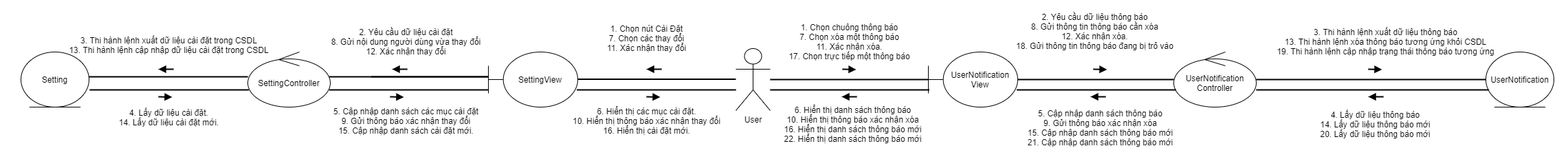
The draw.io diagram ToDoApp-Doc/Document/Diagram/Collaboration Diagram/UserNotificationManagement/CollaborationDiagram_UserNotificationManagement.png in Merevoli-DatLuu/To-Do-App, before a commit. Source tidied: cells renumbered, new cells last; positions are measured from the earlier drawing's top-left corner, leaving out a move shared by most shapes.
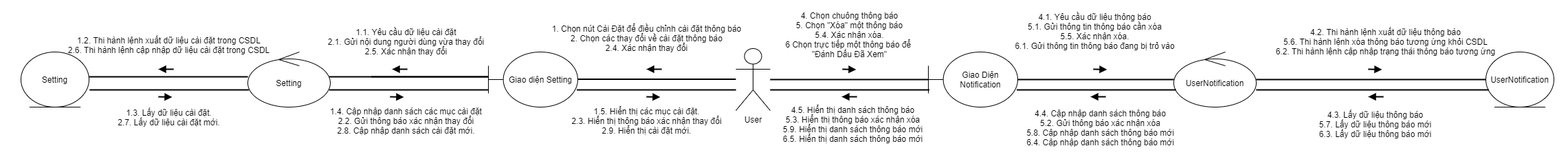
The same diagram one commit later.

Commit message:
[TODO-88]-[Modified]: UserNotificationManagement Collaboration Diagram

Change to the diagram source:
```diff
@@ -17,7 +17,7 @@
     <mxCell id="5" style="edgeStyle=orthogonalEdgeStyle;rounded=0;jettySize=auto;html=1;startArrow=none;startFill=0;endArrow=none;endFill=0;strokeWidth=2;" parent="1" edge="1" source="6" target="9">
       <mxGeometry relative="1" as="geometry" />
     </mxCell>
-    <mxCell id="6" value="UserNotification&lt;br&gt;View" style="shape=umlBoundary;whiteSpace=wrap;html=1;" parent="1" vertex="1">
+    <mxCell id="6" value="Giao Diện Notification" style="shape=umlBoundary;whiteSpace=wrap;html=1;" parent="1" vertex="1">
       <mxGeometry x="1350" y="75" width="130" height="80" as="geometry" />
     </mxCell>
     <mxCell id="7" value="UserNotification" style="ellipse;shape=umlEntity;whiteSpace=wrap;html=1;" parent="1" vertex="1">
@@ -26,7 +26,7 @@
     <mxCell id="8" style="edgeStyle=orthogonalEdgeStyle;rounded=0;jettySize=auto;html=1;startArrow=none;startFill=0;endArrow=none;endFill=0;strokeWidth=2;" parent="1" edge="1" source="9" target="7">
       <mxGeometry relative="1" as="geometry" />
     </mxCell>
-    <mxCell id="9" value="UserNotification&lt;br&gt;Controller" style="ellipse;shape=umlControl;whiteSpace=wrap;html=1;" parent="1" vertex="1">
+    <mxCell id="9" value="UserNotification" style="ellipse;shape=umlControl;whiteSpace=wrap;html=1;" parent="1" vertex="1">
       <mxGeometry x="1707" y="75" width="120" height="80" as="geometry" />
     </mxCell>
     <mxCell id="10" style="line;strokeWidth=2;fillColor=none;align=left;verticalAlign=middle;spacingTop=-1;spacingLeft=3;spacingRight=3;labelPosition=right;" parent="1" vertex="1">
@@ -38,11 +38,11 @@
         <mxPoint x="1590" y="100" as="targetPoint" />
       </mxGeometry>
     </mxCell>
-    <mxCell id="12" value="1. Chọn chuông thông báo&lt;br&gt;7. Chọn xóa một thông báo&lt;br&gt;11. Xác nhận xóa.&lt;br&gt;17. Chọn trực tiếp một thông báo" style="text;html=1;align=center;verticalAlign=middle;" parent="1" vertex="1">
-      <mxGeometry x="1140" y="30" width="190" height="60" as="geometry" />
+    <mxCell id="12" value="4. Chọn chuông thông báo&lt;br&gt;5. Chọn &quot;Xóa&quot; một thông báo&lt;br&gt;5.4. Xác nhận xóa.&lt;br&gt;6 Chọn trực tiếp một thông báo để &lt;br&gt;&quot;Đánh Dấu Đã Xem&quot;" style="text;html=1;align=center;verticalAlign=middle;" parent="1" vertex="1">
+      <mxGeometry x="1135" y="15" width="200" height="70" as="geometry" />
     </mxCell>
-    <mxCell id="13" value="2. Yêu cầu dữ liệu thông báo&lt;br&gt;8. Gửi thông tin thông báo cần xóa&lt;br&gt;12. Xác nhận xóa.&lt;br&gt;18. Gửi thông tin thông báo đang bị trỏ vào" style="text;html=1;align=center;verticalAlign=middle;" parent="1" vertex="1">
-      <mxGeometry x="1472" y="15" width="240" height="60" as="geometry" />
+    <mxCell id="13" value="4.1. Yêu cầu dữ liệu thông báo&lt;br&gt;5.1. Gửi thông tin thông báo cần xóa&lt;br&gt;5.5. Xác nhận xóa.&lt;br&gt;6.1. Gửi thông tin thông báo đang bị trỏ vào" style="text;html=1;align=center;verticalAlign=middle;" parent="1" vertex="1">
+      <mxGeometry x="1467" y="15" width="250" height="60" as="geometry" />
     </mxCell>
     <mxCell id="14" style="endArrow=none;html=1;startArrow=block;startFill=1;endFill=0;strokeWidth=2;rounded=0;" parent="1" edge="1">
       <mxGeometry relative="1" as="geometry">
@@ -50,7 +50,7 @@
         <mxPoint x="1990" y="100" as="targetPoint" />
       </mxGeometry>
     </mxCell>
-    <mxCell id="15" value="3. Thi hành lệnh xuất dữ liệu thông báo&lt;br&gt;13. Thi hành lệnh xóa thông báo tương ứng khỏi CSDL&lt;br&gt;19. Thi hành lệnh cập nhập trạng thái thông báo tương ứng" style="text;html=1;align=center;verticalAlign=middle;" parent="1" vertex="1">
+    <mxCell id="15" value="4.2. Thi hành lệnh xuất dữ liệu thông báo&lt;br&gt;5.6. Thi hành lệnh xóa thông báo tương ứng khỏi CSDL&lt;br&gt;6.2. Thi hành lệnh cập nhập trạng thái thông báo tương ứng" style="text;html=1;align=center;verticalAlign=middle;" parent="1" vertex="1">
       <mxGeometry x="1850" y="35" width="330" height="50" as="geometry" />
     </mxCell>
     <mxCell id="16" style="endArrow=none;html=1;startArrow=block;startFill=1;endFill=0;strokeWidth=2;rounded=0;" parent="1" edge="1">
@@ -59,7 +59,7 @@
         <mxPoint x="1608" y="140" as="targetPoint" />
       </mxGeometry>
     </mxCell>
-    <mxCell id="17" value="5. Cập nhập danh sách thông báo&lt;br&gt;9. Gửi thông báo xác nhận xóa&lt;br&gt;15. Cập nhập danh sách thông báo mới&lt;br&gt;21. Cập nhập danh sách thông báo mới" style="text;html=1;align=center;verticalAlign=middle;" parent="1" vertex="1">
+    <mxCell id="17" value="4.4. Cập nhập danh sách thông báo&lt;br&gt;5.2. Gửi thông báo xác nhận xóa&lt;br&gt;5.8. Cập nhập danh sách thông báo mới&lt;br&gt;6.4. Cập nhập danh sách thông báo mới" style="text;html=1;align=center;verticalAlign=middle;" parent="1" vertex="1">
       <mxGeometry x="1485" y="155" width="230" height="60" as="geometry" />
     </mxCell>
     <mxCell id="18" style="edgeStyle=orthogonalEdgeStyle;rounded=0;orthogonalLoop=1;jettySize=auto;html=1;startArrow=none;startFill=0;endArrow=none;endFill=0;strokeWidth=2;" parent="1" edge="1">
@@ -84,7 +84,7 @@
         <mxPoint x="2012" y="140" as="targetPoint" />
       </mxGeometry>
     </mxCell>
-    <mxCell id="21" value="4. Lấy dữ liệu thông báo&lt;br&gt;14. Lấy dữ liệu thông báo mới&lt;br&gt;20. Lấy dữ liệu thông báo mới" style="text;html=1;align=center;verticalAlign=middle;" parent="1" vertex="1">
+    <mxCell id="21" value="4.3. Lấy dữ liệu thông báo&lt;br&gt;5.7. Lấy dữ liệu thông báo mới&lt;br&gt;6.3. Lấy dữ liệu thông báo mới" style="text;html=1;align=center;verticalAlign=middle;" parent="1" vertex="1">
       <mxGeometry x="1910" y="155" width="180" height="50" as="geometry" />
     </mxCell>
     <mxCell id="22" style="edgeStyle=orthogonalEdgeStyle;rounded=0;orthogonalLoop=1;jettySize=auto;html=1;startArrow=none;startFill=0;endArrow=none;endFill=0;strokeWidth=2;" parent="1" edge="1">
@@ -103,7 +103,7 @@
         <mxPoint x="1246" y="140" as="targetPoint" />
       </mxGeometry>
     </mxCell>
-    <mxCell id="24" value="6. Hiển thị danh sách thông báo&lt;br&gt;10. Hiển thị thông báo xác nhận xóa&lt;br&gt;16. Hiển thị danh sách thông báo mới&lt;br&gt;22. Hiển thị danh sách thông báo mới" style="text;html=1;align=center;verticalAlign=middle;" parent="1" vertex="1">
+    <mxCell id="24" value="4.5. Hiển thị danh sách thông báo&lt;br&gt;5.3. Hiển thị thông báo xác nhận xóa&lt;br&gt;5.9. Hiển thị danh sách thông báo mới&lt;br&gt;6.5. Hiển thị danh sách thông báo mới" style="text;html=1;align=center;verticalAlign=middle;" parent="1" vertex="1">
       <mxGeometry x="1130" y="150" width="220" height="60" as="geometry" />
     </mxCell>
     <mxCell id="25" style="edgeStyle=orthogonalEdgeStyle;rounded=0;orthogonalLoop=1;jettySize=auto;html=1;startArrow=none;startFill=0;endArrow=none;endFill=0;strokeWidth=2;" parent="1" edge="1">
@@ -126,7 +126,7 @@
         </Array>
       </mxGeometry>
     </mxCell>
-    <mxCell id="27" value="SettingView" style="shape=umlBoundary;whiteSpace=wrap;html=1;rotation=0;" parent="1" vertex="1">
+    <mxCell id="27" value="Giao diện Setting" style="shape=umlBoundary;whiteSpace=wrap;html=1;rotation=0;" parent="1" vertex="1">
       <mxGeometry x="710" y="75" width="130" height="80" as="geometry" />
     </mxCell>
     <mxCell id="28" style="edgeStyle=orthogonalEdgeStyle;rounded=0;orthogonalLoop=1;jettySize=auto;html=1;startArrow=none;startFill=0;endArrow=none;endFill=0;strokeWidth=2;" parent="1" edge="1">
@@ -149,7 +149,7 @@
         </Array>
       </mxGeometry>
     </mxCell>
-    <mxCell id="30" value="SettingController" style="ellipse;shape=umlControl;whiteSpace=wrap;html=1;" parent="1" vertex="1">
+    <mxCell id="30" value="Setting" style="ellipse;shape=umlControl;whiteSpace=wrap;html=1;" parent="1" vertex="1">
       <mxGeometry x="360" y="75" width="120" height="80" as="geometry" />
     </mxCell>
     <mxCell id="31" value="Setting" style="ellipse;shape=umlEntity;whiteSpace=wrap;html=1;" parent="1" vertex="1">
@@ -221,22 +221,22 @@
         <mxPoint x="252" y="100" as="targetPoint" />
       </mxGeometry>
     </mxCell>
-    <mxCell id="41" value="1. Chọn nút Cài Đặt&lt;br&gt;7. Chọn các thay đổi&lt;br&gt;11. Xác nhận thay đổi" style="text;html=1;align=center;verticalAlign=middle;" parent="1" vertex="1">
-      <mxGeometry x="875" y="30" width="130" height="50" as="geometry" />
+    <mxCell id="41" value="1. Chọn nút Cài Đặt để điều chỉnh cài đặt thông báo&lt;br&gt;2. Chọn các thay đổi về cài đặt thông báo&lt;br&gt;2.4. Xác nhận thay đổi" style="text;html=1;align=center;verticalAlign=middle;" parent="1" vertex="1">
+      <mxGeometry x="795" y="30" width="290" height="50" as="geometry" />
     </mxCell>
-    <mxCell id="42" value="2. Yêu cầu dữ liệu cài đặt&lt;br&gt;8. Gửi nội dung người dùng vừa thay đổi&lt;br&gt;12. Xác nhận thay đổi" style="text;html=1;align=center;verticalAlign=middle;" parent="1" vertex="1">
-      <mxGeometry x="475" y="35" width="230" height="50" as="geometry" />
+    <mxCell id="42" value="1.1. Yêu cầu dữ liệu cài đặt&lt;br&gt;2.1. Gửi nội dung người dùng vừa thay đổi&lt;br&gt;2.5. Xác nhận thay đổi" style="text;html=1;align=center;verticalAlign=middle;" parent="1" vertex="1">
+      <mxGeometry x="470" y="35" width="240" height="50" as="geometry" />
     </mxCell>
-    <mxCell id="43" value="3. Thi hành lệnh xuất dữ liệu cài đặt trong CSDL&lt;br&gt;13. Thi hành lệnh cập nhập dữ liệu cài đặt trong CSDL" style="text;html=1;align=center;verticalAlign=middle;" parent="1" vertex="1">
+    <mxCell id="43" value="1.2. Thi hành lệnh xuất dữ liệu cài đặt trong CSDL&lt;br&gt;2.6. Thi hành lệnh cập nhập dữ liệu cài đặt trong CSDL" style="text;html=1;align=center;verticalAlign=middle;" parent="1" vertex="1">
       <mxGeometry x="90" y="50" width="310" height="30" as="geometry" />
     </mxCell>
-    <mxCell id="44" value="4. Lấy dữ liệu cài đặt.&lt;br&gt;14. Lấy dữ liệu cài đặt mới." style="text;html=1;align=center;verticalAlign=middle;" parent="1" vertex="1">
+    <mxCell id="44" value="1.3. Lấy dữ liệu cài đặt.&lt;br&gt;2.7. Lấy dữ liệu cài đặt mới." style="text;html=1;align=center;verticalAlign=middle;" parent="1" vertex="1">
       <mxGeometry x="165" y="155" width="160" height="30" as="geometry" />
     </mxCell>
-    <mxCell id="45" value="5. Cập nhập danh sách các mục cài đặt&lt;br&gt;9. Gửi thông báo xác nhận thay đổi&lt;br&gt;15. Cập nhập danh sách cài đặt mới." style="text;html=1;align=center;verticalAlign=middle;" parent="1" vertex="1">
-      <mxGeometry x="475" y="150" width="230" height="50" as="geometry" />
+    <mxCell id="45" value="1.4. Cập nhập danh sách các mục cài đặt&lt;br&gt;2.2. Gửi thông báo xác nhận thay đổi&lt;br&gt;2.8. Cập nhập danh sách cài đặt mới." style="text;html=1;align=center;verticalAlign=middle;" parent="1" vertex="1">
+      <mxGeometry x="470" y="150" width="240" height="50" as="geometry" />
     </mxCell>
-    <mxCell id="46" value="6. Hiển thị các mục cài đặt.&lt;br&gt;10. Hiển thị thông báo xác nhận thay đổi&lt;br&gt;16. Hiển thị cài đặt mới." style="text;html=1;align=center;verticalAlign=middle;" parent="1" vertex="1">
+    <mxCell id="46" value="1.5. Hiển thị các mục cài đặt.&lt;br&gt;2.3. Hiển thị thông báo xác nhận thay đổi&lt;br&gt;2.9. Hiển thị cài đặt mới." style="text;html=1;align=center;verticalAlign=middle;" parent="1" vertex="1">
       <mxGeometry x="825" y="150" width="230" height="50" as="geometry" />
     </mxCell>
   </root>
```
